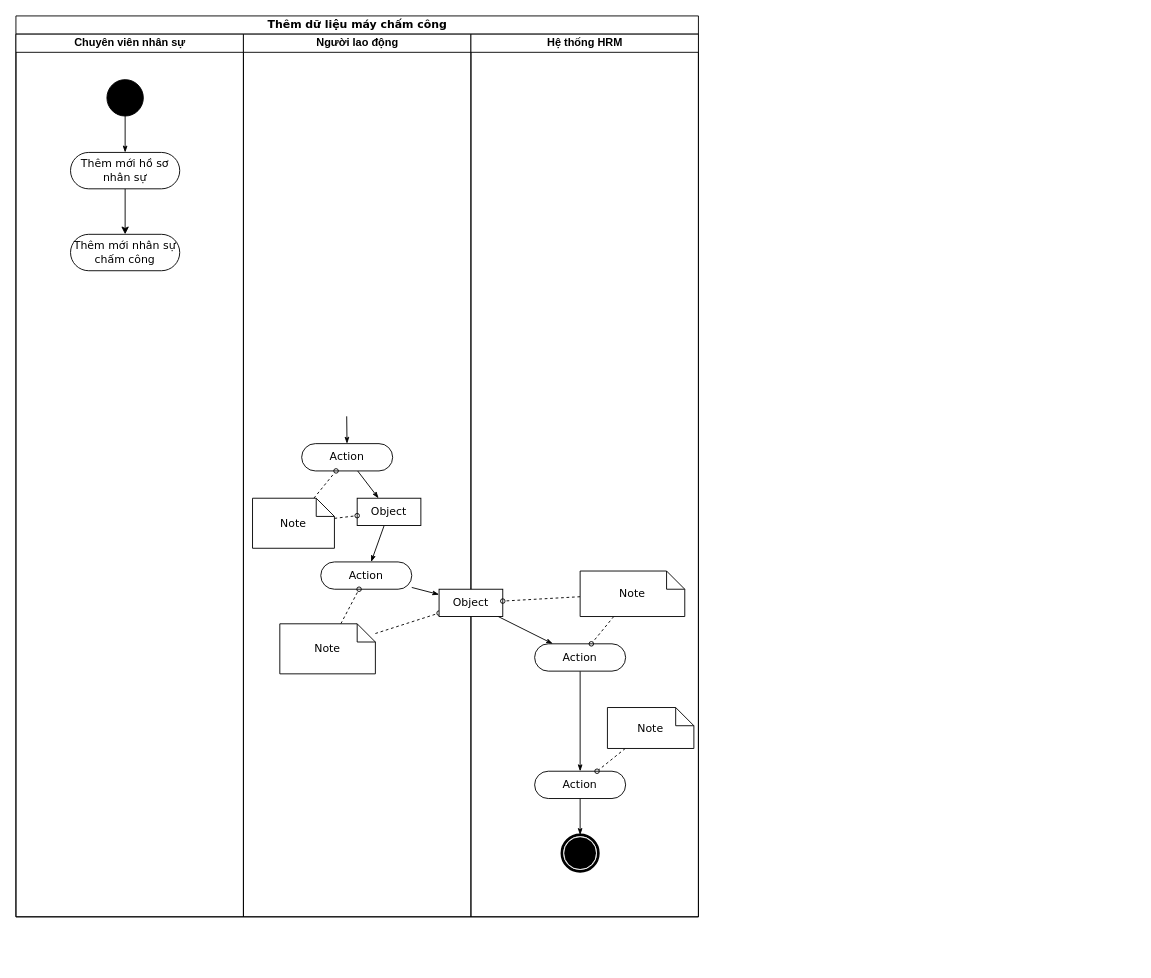
Earlier version of the draw.io diagram page "Add" (1 of 2) of Untitled Diagram.drawio (dungnm8/temp_follow). Source tidied: cells renumbered, new cells numbered last; positions are measured from the earlier drawing's top-left corner, leaving out a move shared by most shapes. Both pictures are drawn from the tidied source at 91%, with x=0, y=0 at pixel (15, 15).
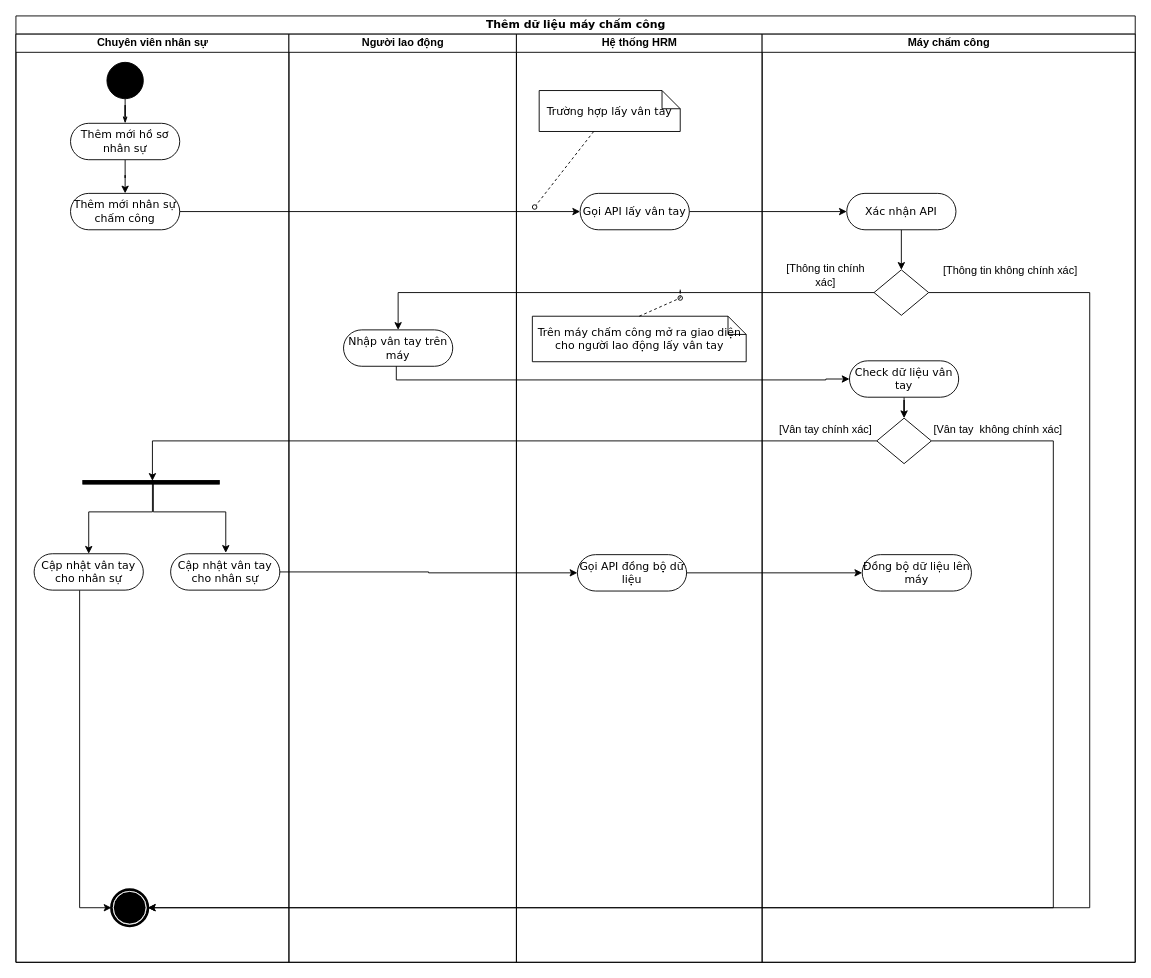
The same diagram, later.

Diff of the diagram source:
```diff
@@
     <mxCell id="2" value="Thêm dữ liệu máy chấm công" style="swimlane;html=1;startSize=20;rounded=0;shadow=0;comic=0;labelBackgroundColor=none;strokeWidth=1;fontFamily=Verdana;fontSize=12;align=center;" parent="1" vertex="1">
-      <mxGeometry width="750" height="990" as="geometry" />
+      <mxGeometry width="1230" height="1040" as="geometry" />
     </mxCell>
     <mxCell id="3" value="Chuyên viên nhân sự" style="swimlane;html=1;startSize=20;" parent="2" vertex="1">
-      <mxGeometry y="20" width="250" height="970" as="geometry" />
+      <mxGeometry y="20" width="300" height="1020" as="geometry" />
     </mxCell>
     <mxCell id="4" style="ellipse;whiteSpace=wrap;html=1;rounded=0;shadow=0;comic=0;labelBackgroundColor=none;strokeWidth=1;fillColor=#000000;fontFamily=Verdana;fontSize=12;align=center;" parent="3" vertex="1">
-      <mxGeometry x="100" y="50" width="40" height="40" as="geometry" />
+      <mxGeometry x="100" y="31" width="40" height="40" as="geometry" />
     </mxCell>
@@
     <mxCell id="6" value="Thêm mới hồ sơ nhân sự" style="rounded=1;whiteSpace=wrap;html=1;shadow=0;comic=0;labelBackgroundColor=none;strokeWidth=1;fontFamily=Verdana;fontSize=12;align=center;arcSize=50;" parent="3" vertex="1">
-      <mxGeometry x="60" y="130" width="120" height="40" as="geometry" />
+      <mxGeometry x="60" y="98" width="120" height="40" as="geometry" />
     </mxCell>
@@
     <mxCell id="8" value="Thêm mới nhân sự chấm công" style="rounded=1;whiteSpace=wrap;html=1;shadow=0;comic=0;labelBackgroundColor=none;strokeWidth=1;fontFamily=Verdana;fontSize=12;align=center;arcSize=50;" parent="3" vertex="1">
-      <mxGeometry x="60" y="220" width="120" height="40" as="geometry" />
+      <mxGeometry x="60" y="175" width="120" height="40" as="geometry" />
     </mxCell>
-    <mxCell id="9" value="Người lao động" style="swimlane;html=1;startSize=20;" parent="2" vertex="1">
-      <mxGeometry x="250" y="20" width="250" height="970" as="geometry" />
-    </mxCell>
-    <mxCell id="10" style="edgeStyle=none;rounded=0;html=1;labelBackgroundColor=none;startArrow=none;startFill=0;startSize=5;endArrow=classicThin;endFill=1;endSize=5;jettySize=auto;strokeWidth=1;fontFamily=Verdana;fontSize=12;" parent="9" edge="1" source="11" target="14">
-      <mxGeometry relative="1" as="geometry" />
-    </mxCell>
-    <mxCell id="11" value="Action" style="rounded=1;whiteSpace=wrap;html=1;shadow=0;comic=0;labelBackgroundColor=none;strokeWidth=1;fontFamily=Verdana;fontSize=12;align=center;arcSize=50;" parent="9" vertex="1">
-      <mxGeometry x="64" y="450" width="100" height="30" as="geometry" />
-    </mxCell>
-    <mxCell id="12" style="edgeStyle=none;rounded=0;html=1;labelBackgroundColor=none;startArrow=none;startFill=0;startSize=5;endArrow=classicThin;endFill=1;endSize=5;jettySize=auto;strokeWidth=1;fontFamily=Verdana;fontSize=12;" parent="9" edge="1" target="11">
-      <mxGeometry relative="1" as="geometry">
-        <mxPoint x="113.5" y="420" as="sourcePoint" />
-      </mxGeometry>
-    </mxCell>
-    <mxCell id="13" style="edgeStyle=none;rounded=0;html=1;labelBackgroundColor=none;startArrow=none;startFill=0;startSize=5;endArrow=classicThin;endFill=1;endSize=5;jettySize=auto;strokeWidth=1;fontFamily=Verdana;fontSize=12;" parent="9" edge="1" source="14" target="15">
-      <mxGeometry relative="1" as="geometry" />
-    </mxCell>
-    <mxCell id="14" value="Object" style="rounded=0;whiteSpace=wrap;html=1;shadow=0;comic=0;labelBackgroundColor=none;strokeWidth=1;fontFamily=Verdana;fontSize=12;align=center;arcSize=50;" parent="9" vertex="1">
-      <mxGeometry x="125" y="510" width="70" height="30" as="geometry" />
-    </mxCell>
-    <mxCell id="15" value="Action" style="rounded=1;whiteSpace=wrap;html=1;shadow=0;comic=0;labelBackgroundColor=none;strokeWidth=1;fontFamily=Verdana;fontSize=12;align=center;arcSize=50;" parent="9" vertex="1">
-      <mxGeometry x="85" y="580" width="100" height="30" as="geometry" />
-    </mxCell>
-    <mxCell id="16" style="edgeStyle=none;rounded=0;html=1;dashed=1;labelBackgroundColor=none;startArrow=none;startFill=0;startSize=5;endArrow=oval;endFill=0;endSize=5;jettySize=auto;strokeWidth=1;fontFamily=Verdana;fontSize=12;" parent="9" edge="1" source="18" target="11">
-      <mxGeometry relative="1" as="geometry" />
-    </mxCell>
-    <mxCell id="17" style="edgeStyle=none;rounded=0;html=1;dashed=1;labelBackgroundColor=none;startArrow=none;startFill=0;startSize=5;endArrow=oval;endFill=0;endSize=5;jettySize=auto;strokeWidth=1;fontFamily=Verdana;fontSize=12;" parent="9" edge="1" source="18" target="14">
-      <mxGeometry relative="1" as="geometry" />
-    </mxCell>
-    <mxCell id="18" value="Note" style="shape=note;whiteSpace=wrap;html=1;rounded=0;shadow=0;comic=0;labelBackgroundColor=none;strokeWidth=1;fontFamily=Verdana;fontSize=12;align=center;size=20;" parent="9" vertex="1">
-      <mxGeometry x="10" y="510" width="90" height="55" as="geometry" />
-    </mxCell>
-    <mxCell id="19" style="edgeStyle=none;rounded=0;html=1;dashed=1;labelBackgroundColor=none;startArrow=none;startFill=0;startSize=5;endArrow=oval;endFill=0;endSize=5;jettySize=auto;strokeWidth=1;fontFamily=Verdana;fontSize=12;" parent="9" edge="1" source="20" target="15">
-      <mxGeometry relative="1" as="geometry" />
-    </mxCell>
-    <mxCell id="20" value="Note" style="shape=note;whiteSpace=wrap;html=1;rounded=0;shadow=0;comic=0;labelBackgroundColor=none;strokeWidth=1;fontFamily=Verdana;fontSize=12;align=center;size=20;" parent="9" vertex="1">
-      <mxGeometry x="40" y="648" width="105" height="55" as="geometry" />
-    </mxCell>
-    <mxCell id="21" style="edgeStyle=none;rounded=0;html=1;labelBackgroundColor=none;startArrow=none;startFill=0;startSize=5;endArrow=classicThin;endFill=1;endSize=5;jettySize=auto;strokeWidth=1;fontFamily=Verdana;fontSize=12;" parent="2" edge="1" source="15" target="25">
-      <mxGeometry relative="1" as="geometry" />
-    </mxCell>
-    <mxCell id="22" style="edgeStyle=none;rounded=0;html=1;dashed=1;labelBackgroundColor=none;startArrow=none;startFill=0;startSize=5;endArrow=oval;endFill=0;endSize=5;jettySize=auto;strokeWidth=1;fontFamily=Verdana;fontSize=12;" parent="2" edge="1" source="20" target="25">
-      <mxGeometry relative="1" as="geometry" />
-    </mxCell>
+    <mxCell id="30" style="shape=mxgraph.bpmn.shape;html=1;verticalLabelPosition=bottom;labelBackgroundColor=#ffffff;verticalAlign=top;perimeter=ellipsePerimeter;outline=end;symbol=terminate;rounded=0;shadow=0;comic=0;strokeWidth=1;fontFamily=Verdana;fontSize=12;align=center;" parent="3" vertex="1">
+      <mxGeometry x="105" y="940" width="40" height="40" as="geometry" />
+    </mxCell>
+    <mxCell id="36" style="html=1;points=[];perimeter=orthogonalPerimeter;rotation=-90;fillColor=#000000;" parent="3" vertex="1">
+      <mxGeometry x="146.5" y="417.5" width="4" height="150" as="geometry" />
+    </mxCell>
+    <mxCell id="37" style="edgeStyle=orthogonalEdgeStyle;rounded=0;jettySize=auto;html=1;" parent="3" edge="1" source="38" target="30">
+      <mxGeometry relative="1" as="geometry">
+        <Array as="points">
+          <mxPoint x="70" y="960" />
+        </Array>
+      </mxGeometry>
+    </mxCell>
+    <mxCell id="38" value="Cập nhật vân tay cho nhân sự" style="rounded=1;whiteSpace=wrap;html=1;shadow=0;comic=0;labelBackgroundColor=none;strokeWidth=1;fontFamily=Verdana;fontSize=12;align=center;arcSize=50;" parent="3" vertex="1">
+      <mxGeometry x="20" y="571" width="120" height="40" as="geometry" />
+    </mxCell>
+    <mxCell id="39" value="Cập nhật vân tay cho nhân sự" style="rounded=1;whiteSpace=wrap;html=1;shadow=0;comic=0;labelBackgroundColor=none;strokeWidth=1;fontFamily=Verdana;fontSize=12;align=center;arcSize=50;" parent="3" vertex="1">
+      <mxGeometry x="170" y="571" width="120" height="40" as="geometry" />
+    </mxCell>
+    <mxCell id="40" style="edgeStyle=orthogonalEdgeStyle;rounded=0;orthogonalLoop=1;jettySize=auto;html=1;entryX=0.5;entryY=0;entryDx=0;entryDy=0;" parent="3" edge="1">
+      <mxGeometry relative="1" as="geometry">
+        <mxPoint x="151" y="490" as="sourcePoint" />
+        <mxPoint x="230.6" y="570" as="targetPoint" />
+        <Array as="points">
+          <mxPoint x="150.6" y="525" />
+          <mxPoint x="230.6" y="525" />
+        </Array>
+      </mxGeometry>
+    </mxCell>
+    <mxCell id="41" style="edgeStyle=orthogonalEdgeStyle;rounded=0;jettySize=auto;html=1;entryX=0.5;entryY=0;entryDx=0;entryDy=0;" parent="3" edge="1" target="38">
+      <mxGeometry relative="1" as="geometry">
+        <mxPoint x="150" y="490" as="sourcePoint" />
+        <Array as="points">
+          <mxPoint x="150" y="490" />
+          <mxPoint x="150" y="525" />
+          <mxPoint x="80" y="525" />
+        </Array>
+      </mxGeometry>
+    </mxCell>
-    <mxCell id="23" value="Hệ thống HRM" style="swimlane;html=1;startSize=20;" parent="2" vertex="1">
-      <mxGeometry x="500" y="20" width="250" height="970" as="geometry" />
+    <mxCell id="23" value="Người lao động" style="swimlane;html=1;startSize=20;" parent="2" vertex="1">
+      <mxGeometry x="300" y="20" width="250" height="1020" as="geometry" />
     </mxCell>
-    <mxCell id="24" style="edgeStyle=none;rounded=0;html=1;labelBackgroundColor=none;startArrow=none;startFill=0;startSize=5;endArrow=classicThin;endFill=1;endSize=5;jettySize=auto;strokeWidth=1;fontFamily=Verdana;fontSize=12;" parent="23" edge="1" source="25" target="27">
-      <mxGeometry relative="1" as="geometry" />
-    </mxCell>
-    <mxCell id="25" value="Object" style="rounded=0;whiteSpace=wrap;html=1;shadow=0;comic=0;labelBackgroundColor=none;strokeWidth=1;fontFamily=Verdana;fontSize=12;align=center;arcSize=50;" parent="23" vertex="1">
-      <mxGeometry x="-35" y="610" width="70" height="30" as="geometry" />
-    </mxCell>
-    <mxCell id="26" style="edgeStyle=none;rounded=0;html=1;labelBackgroundColor=none;startArrow=none;startFill=0;startSize=5;endArrow=classicThin;endFill=1;endSize=5;jettySize=auto;strokeWidth=1;fontFamily=Verdana;fontSize=12;" parent="23" edge="1" source="27" target="29">
-      <mxGeometry relative="1" as="geometry" />
-    </mxCell>
-    <mxCell id="27" value="Action" style="rounded=1;whiteSpace=wrap;html=1;shadow=0;comic=0;labelBackgroundColor=none;strokeWidth=1;fontFamily=Verdana;fontSize=12;align=center;arcSize=50;" parent="23" vertex="1">
-      <mxGeometry x="70" y="670" width="100" height="30" as="geometry" />
-    </mxCell>
-    <mxCell id="28" style="edgeStyle=none;rounded=0;html=1;labelBackgroundColor=none;startArrow=none;startFill=0;startSize=5;endArrow=classicThin;endFill=1;endSize=5;jettySize=auto;strokeWidth=1;fontFamily=Verdana;fontSize=12;" parent="23" edge="1" source="29" target="30">
-      <mxGeometry relative="1" as="geometry" />
-    </mxCell>
-    <mxCell id="29" value="Action" style="rounded=1;whiteSpace=wrap;html=1;shadow=0;comic=0;labelBackgroundColor=none;strokeWidth=1;fontFamily=Verdana;fontSize=12;align=center;arcSize=50;" parent="23" vertex="1">
-      <mxGeometry x="70" y="810" width="100" height="30" as="geometry" />
-    </mxCell>
-    <mxCell id="30" style="shape=mxgraph.bpmn.shape;html=1;verticalLabelPosition=bottom;labelBackgroundColor=#ffffff;verticalAlign=top;perimeter=ellipsePerimeter;outline=end;symbol=terminate;rounded=0;shadow=0;comic=0;strokeWidth=1;fontFamily=Verdana;fontSize=12;align=center;" parent="23" vertex="1">
-      <mxGeometry x="100" y="880" width="40" height="40" as="geometry" />
-    </mxCell>
-    <mxCell id="31" style="edgeStyle=none;rounded=0;html=1;dashed=1;labelBackgroundColor=none;startArrow=none;startFill=0;startSize=5;endArrow=oval;endFill=0;endSize=5;jettySize=auto;strokeWidth=1;fontFamily=Verdana;fontSize=12;" parent="23" edge="1" source="33" target="27">
-      <mxGeometry relative="1" as="geometry" />
-    </mxCell>
-    <mxCell id="32" style="edgeStyle=none;rounded=0;html=1;dashed=1;labelBackgroundColor=none;startArrow=none;startFill=0;startSize=5;endArrow=oval;endFill=0;endSize=5;jettySize=auto;strokeWidth=1;fontFamily=Verdana;fontSize=12;" parent="23" edge="1" source="33" target="25">
-      <mxGeometry relative="1" as="geometry" />
-    </mxCell>
-    <mxCell id="33" value="Note" style="shape=note;whiteSpace=wrap;html=1;rounded=0;shadow=0;comic=0;labelBackgroundColor=none;strokeWidth=1;fontFamily=Verdana;fontSize=12;align=center;size=20;" parent="23" vertex="1">
-      <mxGeometry x="120" y="590" width="115" height="50" as="geometry" />
-    </mxCell>
-    <mxCell id="34" style="edgeStyle=none;rounded=0;html=1;dashed=1;labelBackgroundColor=none;startArrow=none;startFill=0;startSize=5;endArrow=oval;endFill=0;endSize=5;jettySize=auto;strokeWidth=1;fontFamily=Verdana;fontSize=12;" parent="23" edge="1" source="35" target="29">
-      <mxGeometry relative="1" as="geometry" />
-    </mxCell>
-    <mxCell id="35" value="Note" style="shape=note;whiteSpace=wrap;html=1;rounded=0;shadow=0;comic=0;labelBackgroundColor=none;strokeWidth=1;fontFamily=Verdana;fontSize=12;align=center;size=20;" parent="23" vertex="1">
-      <mxGeometry x="150" y="740" width="95" height="45" as="geometry" />
-    </mxCell>
+    <mxCell id="42" value="Nhập vân tay trên máy" style="rounded=1;whiteSpace=wrap;html=1;shadow=0;comic=0;labelBackgroundColor=none;strokeWidth=1;fontFamily=Verdana;fontSize=12;align=center;arcSize=50;" parent="23" vertex="1">
+      <mxGeometry x="60" y="325" width="120" height="40" as="geometry" />
+    </mxCell>
+    <mxCell id="43" value="Hệ thống HRM" style="swimlane;html=1;startSize=20;" parent="2" vertex="1">
+      <mxGeometry x="550" y="20" width="270" height="1020" as="geometry" />
+    </mxCell>
+    <mxCell id="44" value="Gọi API lấy vân tay" style="rounded=1;whiteSpace=wrap;html=1;shadow=0;comic=0;labelBackgroundColor=none;strokeWidth=1;fontFamily=Verdana;fontSize=12;align=center;arcSize=50;" parent="43" vertex="1">
+      <mxGeometry x="70" y="175" width="120" height="40" as="geometry" />
+    </mxCell>
+    <mxCell id="45" value="Trường hợp lấy vân tay" style="shape=note;whiteSpace=wrap;html=1;rounded=0;shadow=0;comic=0;labelBackgroundColor=none;strokeWidth=1;fontFamily=Verdana;fontSize=12;align=center;size=20;" parent="43" vertex="1">
+      <mxGeometry x="25" y="62" width="155" height="45" as="geometry" />
+    </mxCell>
+    <mxCell id="46" value="Trên máy chấm công mở ra giao diện cho người lao động lấy vân tay" style="shape=note;whiteSpace=wrap;html=1;rounded=0;shadow=0;comic=0;labelBackgroundColor=none;strokeWidth=1;fontFamily=Verdana;fontSize=12;align=center;size=20;" parent="43" vertex="1">
+      <mxGeometry x="17.5" y="310" width="235" height="50" as="geometry" />
+    </mxCell>
+    <mxCell id="47" value="Gọi API đồng bộ dữ liệu" style="rounded=1;whiteSpace=wrap;html=1;shadow=0;comic=0;labelBackgroundColor=none;strokeWidth=1;fontFamily=Verdana;fontSize=12;align=center;arcSize=50;" parent="43" vertex="1">
+      <mxGeometry x="67" y="572" width="120" height="40" as="geometry" />
+    </mxCell>
+    <mxCell id="48" style="edgeStyle=orthogonalEdgeStyle;rounded=0;jettySize=auto;html=1;entryX=0;entryY=0.5;entryDx=0;entryDy=0;" parent="2" edge="1" source="8" target="44">
+      <mxGeometry relative="1" as="geometry" />
+    </mxCell>
+    <mxCell id="49" style="edgeStyle=orthogonalEdgeStyle;rounded=0;jettySize=auto;html=1;entryX=0;entryY=0.5;entryDx=0;entryDy=0;" parent="2" edge="1" source="44" target="59">
+      <mxGeometry relative="1" as="geometry" />
+    </mxCell>
+    <mxCell id="50" style="edgeStyle=orthogonalEdgeStyle;rounded=0;jettySize=auto;html=1;entryX=0.5;entryY=0;entryDx=0;entryDy=0;" parent="2" edge="1" source="60" target="42">
+      <mxGeometry relative="1" as="geometry" />
+    </mxCell>
+    <mxCell id="51" style="edgeStyle=orthogonalEdgeStyle;rounded=0;jettySize=auto;html=1;entryX=1;entryY=0.5;entryDx=0;entryDy=0;exitX=1;exitY=0.5;exitDx=0;exitDy=0;" parent="2" edge="1" source="60" target="30">
+      <mxGeometry relative="1" as="geometry">
+        <Array as="points">
+          <mxPoint x="1180" y="304" />
+          <mxPoint x="1180" y="980" />
+        </Array>
+      </mxGeometry>
+    </mxCell>
+    <mxCell id="52" style="edgeStyle=orthogonalEdgeStyle;rounded=0;jettySize=auto;html=1;entryX=0;entryY=0.5;entryDx=0;entryDy=0;exitX=0.5;exitY=1;exitDx=0;exitDy=0;" parent="2" edge="1" target="64">
+      <mxGeometry relative="1" as="geometry">
+        <mxPoint x="418" y="385" as="sourcePoint" />
+        <Array as="points">
+          <mxPoint x="418" y="400" />
+          <mxPoint x="890" y="400" />
+          <mxPoint x="916" y="399" />
+        </Array>
+      </mxGeometry>
+    </mxCell>
+    <mxCell id="53" style="edgeStyle=orthogonalEdgeStyle;rounded=0;jettySize=auto;html=1;entryX=0.9;entryY=0.51;entryDx=0;entryDy=0;entryPerimeter=0;" parent="2" edge="1" source="65" target="36">
+      <mxGeometry relative="1" as="geometry" />
+    </mxCell>
+    <mxCell id="54" style="edgeStyle=orthogonalEdgeStyle;rounded=0;jettySize=auto;html=1;entryX=1;entryY=0.5;entryDx=0;entryDy=0;exitX=1;exitY=0.5;exitDx=0;exitDy=0;" parent="2" edge="1" source="65" target="30">
+      <mxGeometry relative="1" as="geometry">
+        <Array as="points">
+          <mxPoint x="1140" y="467" />
+          <mxPoint x="1140" y="980" />
+        </Array>
+      </mxGeometry>
+    </mxCell>
+    <mxCell id="55" style="edgeStyle=orthogonalEdgeStyle;rounded=0;jettySize=auto;html=1;entryX=0;entryY=0.5;entryDx=0;entryDy=0;" parent="2" edge="1" source="39" target="47">
+      <mxGeometry relative="1" as="geometry" />
+    </mxCell>
+    <mxCell id="56" style="edgeStyle=orthogonalEdgeStyle;rounded=0;jettySize=auto;html=1;" parent="2" edge="1" source="47" target="66">
+      <mxGeometry relative="1" as="geometry" />
+    </mxCell>
+    <mxCell id="57" value="Máy chấm công" style="swimlane;html=1;startSize=20;" parent="2" vertex="1">
+      <mxGeometry x="820" y="20" width="410" height="1020" as="geometry" />
+    </mxCell>
+    <mxCell id="58" style="edgeStyle=orthogonalEdgeStyle;rounded=0;jettySize=auto;html=1;" parent="57" edge="1" source="59" target="60">
+      <mxGeometry relative="1" as="geometry" />
+    </mxCell>
+    <mxCell id="59" value="Xác nhận API" style="rounded=1;whiteSpace=wrap;html=1;shadow=0;comic=0;labelBackgroundColor=none;strokeWidth=1;fontFamily=Verdana;fontSize=12;align=center;arcSize=50;" parent="57" vertex="1">
+      <mxGeometry x="93" y="175" width="120" height="40" as="geometry" />
+    </mxCell>
+    <mxCell id="60" style="rhombus;whiteSpace=wrap;html=1;" parent="57" vertex="1">
+      <mxGeometry x="123" y="259" width="60" height="50" as="geometry" />
+    </mxCell>
+    <mxCell id="61" value="[Thông tin chính xác]" style="text;html=1;strokeColor=none;fillColor=none;align=center;verticalAlign=middle;whiteSpace=wrap;rounded=0;" parent="57" vertex="1">
+      <mxGeometry x="17" y="250" width="106" height="30" as="geometry" />
+    </mxCell>
+    <mxCell id="62" value="[Thông tin không chính xác]" style="text;html=1;strokeColor=none;fillColor=none;align=center;verticalAlign=middle;whiteSpace=wrap;rounded=0;" parent="57" vertex="1">
+      <mxGeometry x="196" y="240" width="154" height="40" as="geometry" />
+    </mxCell>
+    <mxCell id="63" style="edgeStyle=orthogonalEdgeStyle;rounded=0;jettySize=auto;html=1;" parent="57" edge="1" source="64" target="65">
+      <mxGeometry relative="1" as="geometry" />
+    </mxCell>
+    <mxCell id="64" value="Check dữ liệu vân tay" style="rounded=1;whiteSpace=wrap;html=1;shadow=0;comic=0;labelBackgroundColor=none;strokeWidth=1;fontFamily=Verdana;fontSize=12;align=center;arcSize=50;" parent="57" vertex="1">
+      <mxGeometry x="96" y="359" width="120" height="40" as="geometry" />
+    </mxCell>
+    <mxCell id="65" style="rhombus;whiteSpace=wrap;html=1;" parent="57" vertex="1">
+      <mxGeometry x="126" y="422" width="60" height="50" as="geometry" />
+    </mxCell>
+    <mxCell id="66" value="Đồng bộ dữ liệu lên máy" style="rounded=1;whiteSpace=wrap;html=1;shadow=0;comic=0;labelBackgroundColor=none;strokeWidth=1;fontFamily=Verdana;fontSize=12;align=center;arcSize=50;" parent="57" vertex="1">
+      <mxGeometry x="110" y="572" width="120" height="40" as="geometry" />
+    </mxCell>
+    <mxCell id="67" value="[Vân tay chính xác]" style="text;html=1;strokeColor=none;fillColor=none;align=center;verticalAlign=middle;whiteSpace=wrap;rounded=0;" parent="57" vertex="1">
+      <mxGeometry x="15" y="420" width="110" height="30" as="geometry" />
+    </mxCell>
+    <mxCell id="68" value="[Vân tay&amp;nbsp; không chính xác]" style="text;html=1;strokeColor=none;fillColor=none;align=center;verticalAlign=middle;whiteSpace=wrap;rounded=0;" parent="57" vertex="1">
+      <mxGeometry x="186" y="420" width="147" height="30" as="geometry" />
+    </mxCell>
+    <mxCell id="69" style="edgeStyle=none;rounded=0;html=1;dashed=1;labelBackgroundColor=none;startArrow=none;startFill=0;startSize=5;endArrow=oval;endFill=0;endSize=5;jettySize=auto;strokeWidth=1;fontFamily=Verdana;fontSize=12;" parent="1" edge="1" source="45">
+      <mxGeometry relative="1" as="geometry">
+        <mxPoint x="570" y="210" as="targetPoint" />
+      </mxGeometry>
+    </mxCell>
+    <mxCell id="70" style="edgeStyle=none;rounded=0;html=1;dashed=1;labelBackgroundColor=none;startArrow=none;startFill=0;startSize=5;endArrow=oval;endFill=0;endSize=5;jettySize=auto;strokeWidth=1;fontFamily=Verdana;fontSize=12;exitX=0.5;exitY=0;exitDx=0;exitDy=0;exitPerimeter=0;" parent="1" edge="1" source="46">
+      <mxGeometry relative="1" as="geometry">
+        <mxPoint x="730" y="310" as="targetPoint" />
+        <Array as="points">
+          <mxPoint x="730" y="310" />
+          <mxPoint x="730" y="300" />
+        </Array>
+      </mxGeometry>
+    </mxCell>
```
